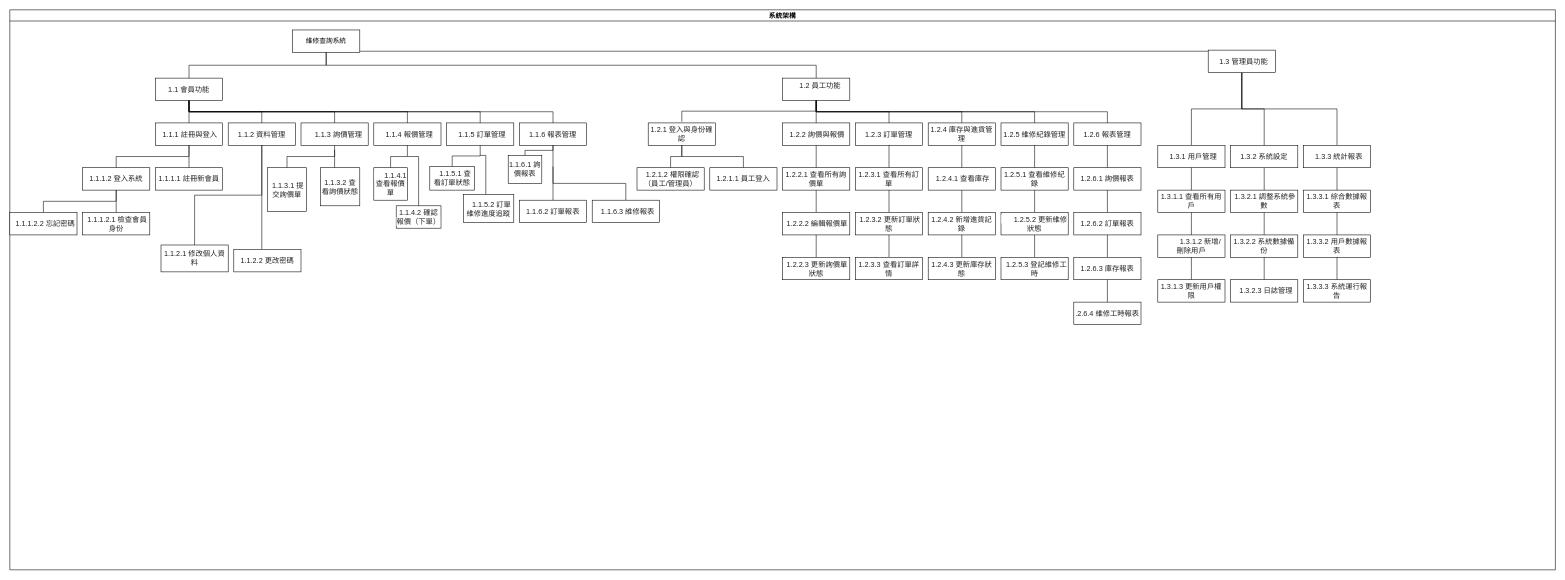
Above: 維修查詢系統架構圖.drawio in hak99101314/Maintenance-inquiry-system (draw.io), before the change. Source tidied: cells renumbered, new cells numbered last; positions are measured from the earlier drawing's top-left corner, leaving out a move shared by most shapes. Both pictures are drawn from the tidied source at 56%, with x=0, y=0 at pixel (10, 10).
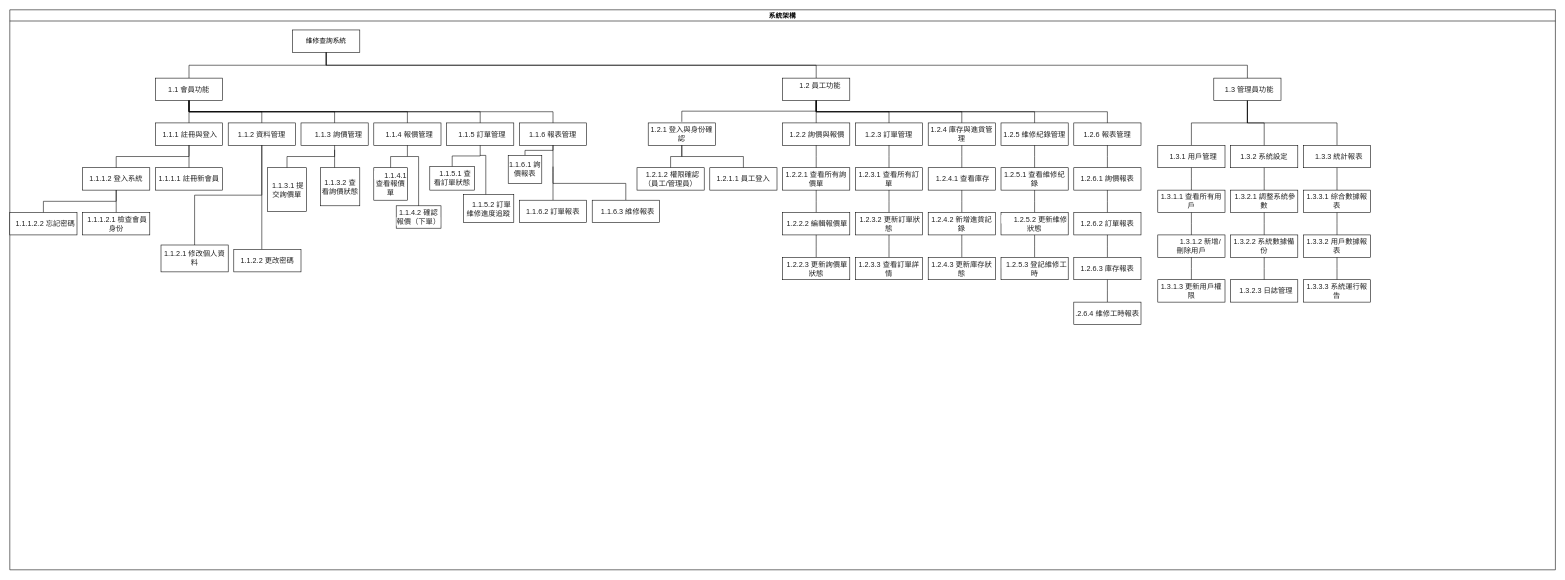
Above is the later version.

Commit message:
更新維修查詢系統架構圖.drawio

The change refers to these unchanged cells:
```xml
<mxCell id="2" value="系統架構" style="swimlane;startSize=20;horizontal=1;containerType=tree;textShadow=0;" parent="1" vertex="1">
  <mxGeometry width="2760" height="1000" as="geometry" />
</mxCell>
<mxCell id="3" value="維修查詢系統" style="whiteSpace=wrap;html=1;newEdgeStyle={&quot;edgeStyle&quot;:&quot;elbowEdgeStyle&quot;,&quot;startArrow&quot;:&quot;none&quot;,&quot;endArrow&quot;:&quot;none&quot;};" parent="2" vertex="1">
  <mxGeometry x="505" y="36" width="120" height="40" as="geometry" />
</mxCell>
<mxCell id="98" value="&lt;span style=&quot;color: rgb(34, 34, 34); font-family: Arial, Helvetica, sans-serif; font-size: small; text-align: start; background-color: rgb(255, 255, 255);&quot;&gt;1.3.2 系統設定&lt;/span&gt;" style="whiteSpace=wrap;html=1;newEdgeStyle={&quot;edgeStyle&quot;:&quot;elbowEdgeStyle&quot;,&quot;startArrow&quot;:&quot;none&quot;,&quot;endArrow&quot;:&quot;none&quot;};" parent="2" vertex="1">
  <mxGeometry x="2180" y="242" width="120" height="40" as="geometry" />
</mxCell>
```

Change to the diagram source:
```diff
@@
+    <mxCell id="122" value="&lt;span style=&quot;color: rgb(34, 34, 34); font-family: Arial, Helvetica, sans-serif; font-size: small; text-align: start; background-color: rgb(255, 255, 255);&quot;&gt;&amp;nbsp; 1.3 管理員功能&lt;/span&gt;" style="whiteSpace=wrap;html=1;newEdgeStyle={&quot;edgeStyle&quot;:&quot;elbowEdgeStyle&quot;,&quot;startArrow&quot;:&quot;none&quot;,&quot;endArrow&quot;:&quot;none&quot;};" parent="2" vertex="1">
+      <mxGeometry x="2150" y="122" width="120" height="40" as="geometry" />
+    </mxCell>
-    <mxCell id="121" style="edgeStyle=elbowEdgeStyle;rounded=0;jettySize=auto;html=1;elbow=vertical;startArrow=none;endArrow=none;" parent="1" edge="1" source="122" target="98">
+    <mxCell id="121" style="edgeStyle=elbowEdgeStyle;rounded=0;jettySize=auto;html=1;elbow=vertical;startArrow=none;endArrow=none;" parent="2" edge="1" source="122" target="98">
       <mxGeometry relative="1" as="geometry" />
     </mxCell>
-    <mxCell id="122" value="&lt;span style=&quot;color: rgb(34, 34, 34); font-family: Arial, Helvetica, sans-serif; font-size: small; text-align: start; background-color: rgb(255, 255, 255);&quot;&gt;&amp;nbsp; 1.3 管理員功能&lt;/span&gt;" style="whiteSpace=wrap;html=1;newEdgeStyle={&quot;edgeStyle&quot;:&quot;elbowEdgeStyle&quot;,&quot;startArrow&quot;:&quot;none&quot;,&quot;endArrow&quot;:&quot;none&quot;};" parent="1" vertex="1">
-      <mxGeometry x="2140" y="72" width="120" height="40" as="geometry" />
-    </mxCell>
-    <mxCell id="123" style="edgeStyle=elbowEdgeStyle;rounded=0;jettySize=auto;html=1;elbow=vertical;startArrow=none;endArrow=none;" parent="1" edge="1" source="3" target="122">
+    <mxCell id="123" style="edgeStyle=elbowEdgeStyle;rounded=0;jettySize=auto;html=1;elbow=vertical;startArrow=none;endArrow=none;" parent="2" edge="1" source="3" target="122">
       <mxGeometry relative="1" as="geometry" />
     </mxCell>
```
